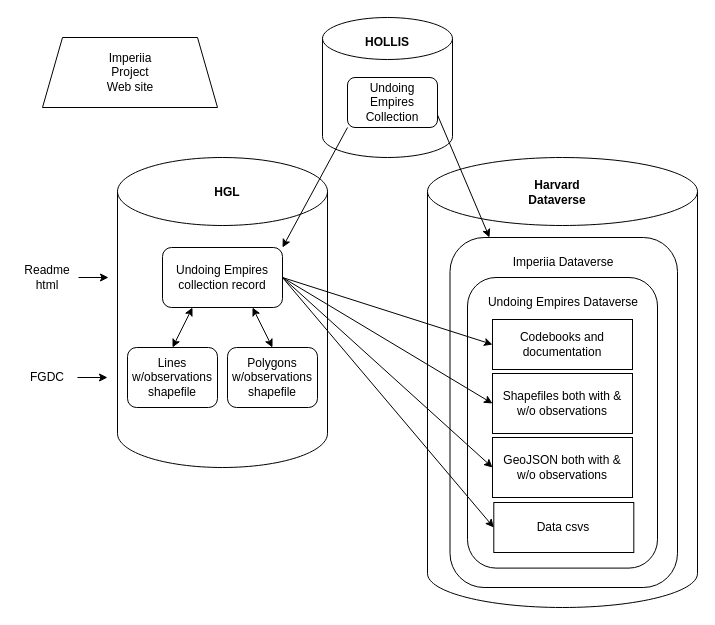
Above: AOK_data.drawio in mmcgee/AOK-2023 (draw.io), before the change. Source tidied: cells renumbered, new cells numbered last; positions are measured from the earlier drawing's top-left corner, leaving out a move shared by most shapes. Both pictures are drawn from the tidied source at 100%, with x=0, y=0 at pixel (17, 17).
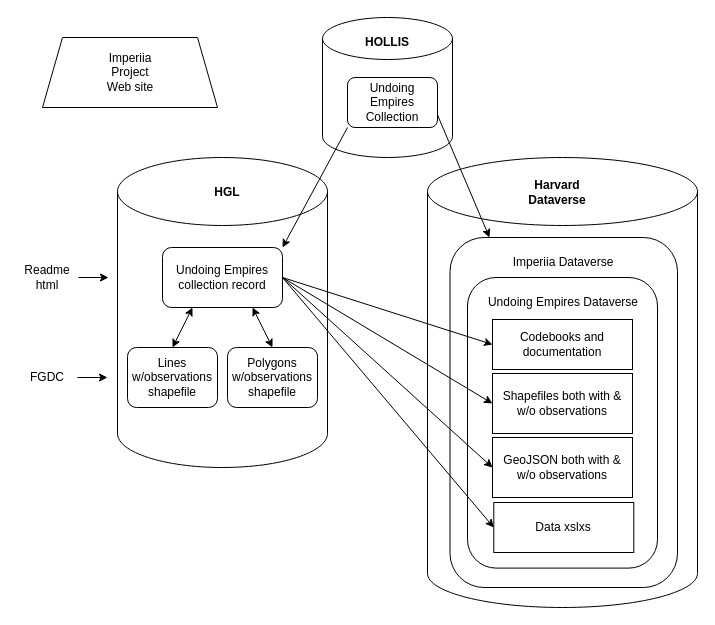
After the change.

Diff of the diagram source:
```diff
@@
-    <mxCell id="33" value="Data csvs" style="rounded=0;whiteSpace=wrap;html=1;" parent="1" vertex="1">
+    <mxCell id="33" value="Data xslxs" style="rounded=0;whiteSpace=wrap;html=1;" parent="1" vertex="1">
       <mxGeometry x="476.3" y="485" width="140" height="50" as="geometry" />
     </mxCell>
```
